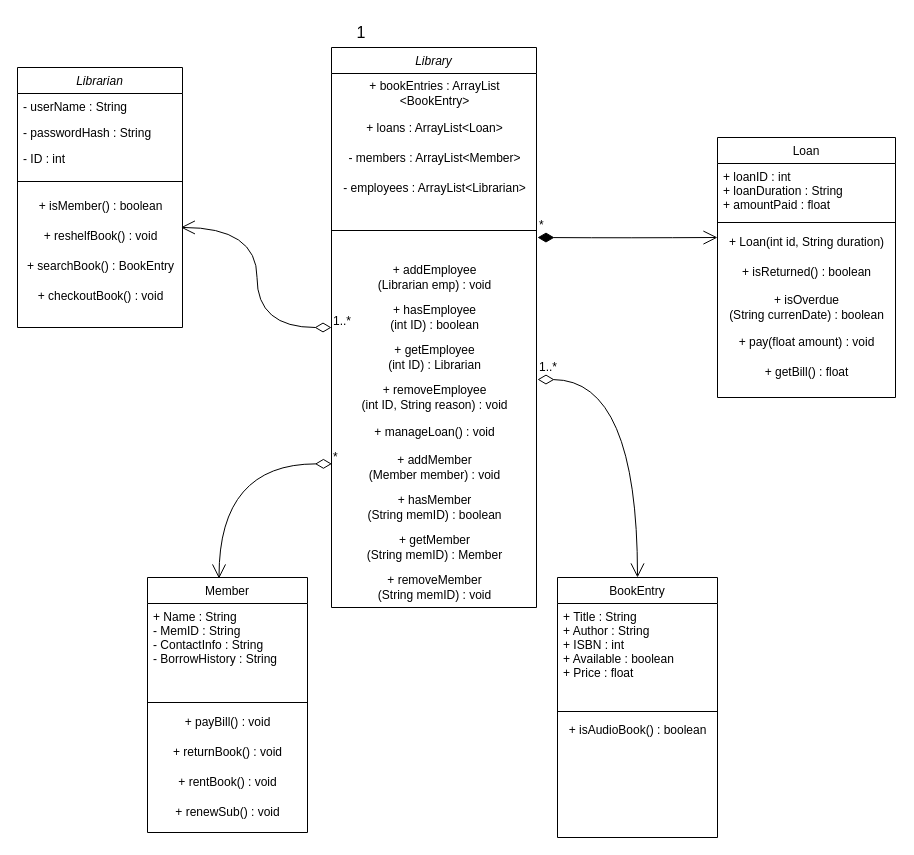
Earlier version of the draw.io diagram Untitled Diagram.drawio (Twpendleton/ClassUMLDiagram). Source tidied: cells renumbered, new cells numbered last; positions are measured from the earlier drawing's top-left corner, leaving out a move shared by most shapes. Both pictures are drawn from the tidied source at 100%, with x=0, y=0 at pixel (17, 17).
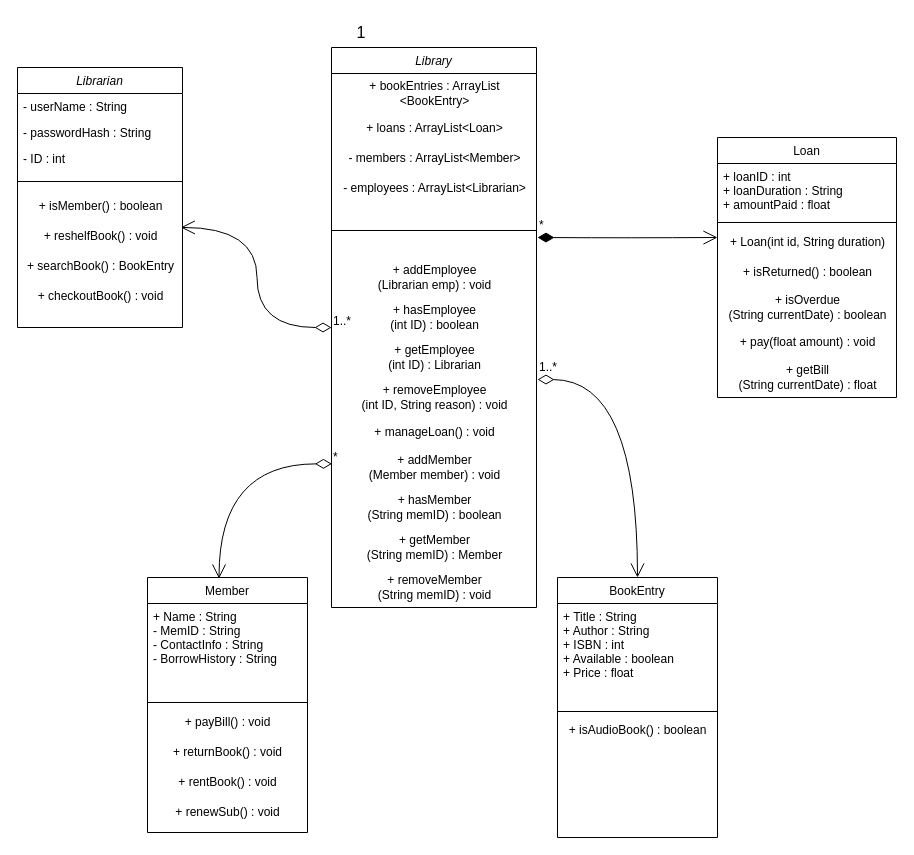
The same page after the edit.

Commit message:
Fix getBill method for Loan

Diff of the diagram source:
```diff
@@
     <mxCell id="22" value="Loan" style="swimlane;fontStyle=0;align=center;verticalAlign=top;horizontal=1;startSize=26;rounded=0;shadow=0;strokeWidth=1;" parent="1" vertex="1">
-      <mxGeometry x="700" y="120" width="178" height="260" as="geometry" />
+      <mxGeometry x="700" y="120" width="179" height="260" as="geometry" />
     </mxCell>
     <mxCell id="23" value="+ loanID : int&#10;+ loanDuration : String&#10;+ amountPaid : float" style="text;align=left;verticalAlign=top;spacingLeft=4;spacingRight=4;overflow=hidden;" parent="22" vertex="1">
-      <mxGeometry y="26" width="178" height="54" as="geometry" />
+      <mxGeometry y="26" width="179" height="54" as="geometry" />
     </mxCell>
     <mxCell id="24" style="line;html=1;strokeWidth=1;align=left;verticalAlign=middle;spacingTop=-1;spacingLeft=3;spacingRight=3;labelPosition=right;" parent="22" vertex="1">
-      <mxGeometry y="80" width="178" height="10" as="geometry" />
+      <mxGeometry y="80" width="179" height="10" as="geometry" />
     </mxCell>
     <mxCell id="25" value="+ Loan(int id, String duration)" style="text;html=1;align=center;verticalAlign=middle;points=[];strokeColor=none;fillColor=none;" parent="22" vertex="1">
-      <mxGeometry y="90" width="178" height="30" as="geometry" />
+      <mxGeometry y="90" width="179" height="30" as="geometry" />
     </mxCell>
     <mxCell id="26" value="+ isReturned() : boolean" style="text;html=1;align=center;verticalAlign=middle;strokeColor=none;fillColor=none;" parent="22" vertex="1">
-      <mxGeometry y="120" width="178" height="30" as="geometry" />
+      <mxGeometry y="120" width="179" height="30" as="geometry" />
     </mxCell>
-    <mxCell id="27" value="+ isOverdue&lt;div&gt;(String currenDate) : boolean&lt;/div&gt;" style="text;html=1;align=center;verticalAlign=middle;strokeColor=none;fillColor=none;" parent="22" vertex="1">
-      <mxGeometry y="150" width="178" height="40" as="geometry" />
+    <mxCell id="27" value="+ isOverdue&lt;div&gt;(String currentDate) : boolean&lt;/div&gt;" style="text;html=1;align=center;verticalAlign=middle;strokeColor=none;fillColor=none;" parent="22" vertex="1">
+      <mxGeometry y="150" width="179" height="40" as="geometry" />
     </mxCell>
     <mxCell id="28" value="+ pay(float amount) : void" style="text;html=1;align=center;verticalAlign=middle;strokeColor=none;fillColor=none;" parent="22" vertex="1">
-      <mxGeometry y="190" width="178" height="30" as="geometry" />
+      <mxGeometry y="190" width="179" height="30" as="geometry" />
     </mxCell>
-    <mxCell id="29" value="+ getBill&lt;span style=&quot;background-color: initial;&quot;&gt;() : float&lt;/span&gt;" style="text;html=1;align=center;verticalAlign=middle;strokeColor=none;fillColor=none;" parent="22" vertex="1">
-      <mxGeometry y="220" width="178" height="30" as="geometry" />
+    <mxCell id="29" value="+ getBill&lt;div&gt;&lt;span style=&quot;background-color: initial;&quot;&gt;(String currentDate) : float&lt;/span&gt;&lt;/div&gt;" style="text;html=1;align=center;verticalAlign=middle;strokeColor=none;fillColor=none;" parent="22" vertex="1">
+      <mxGeometry y="220" width="179" height="40" as="geometry" />
     </mxCell>
```
